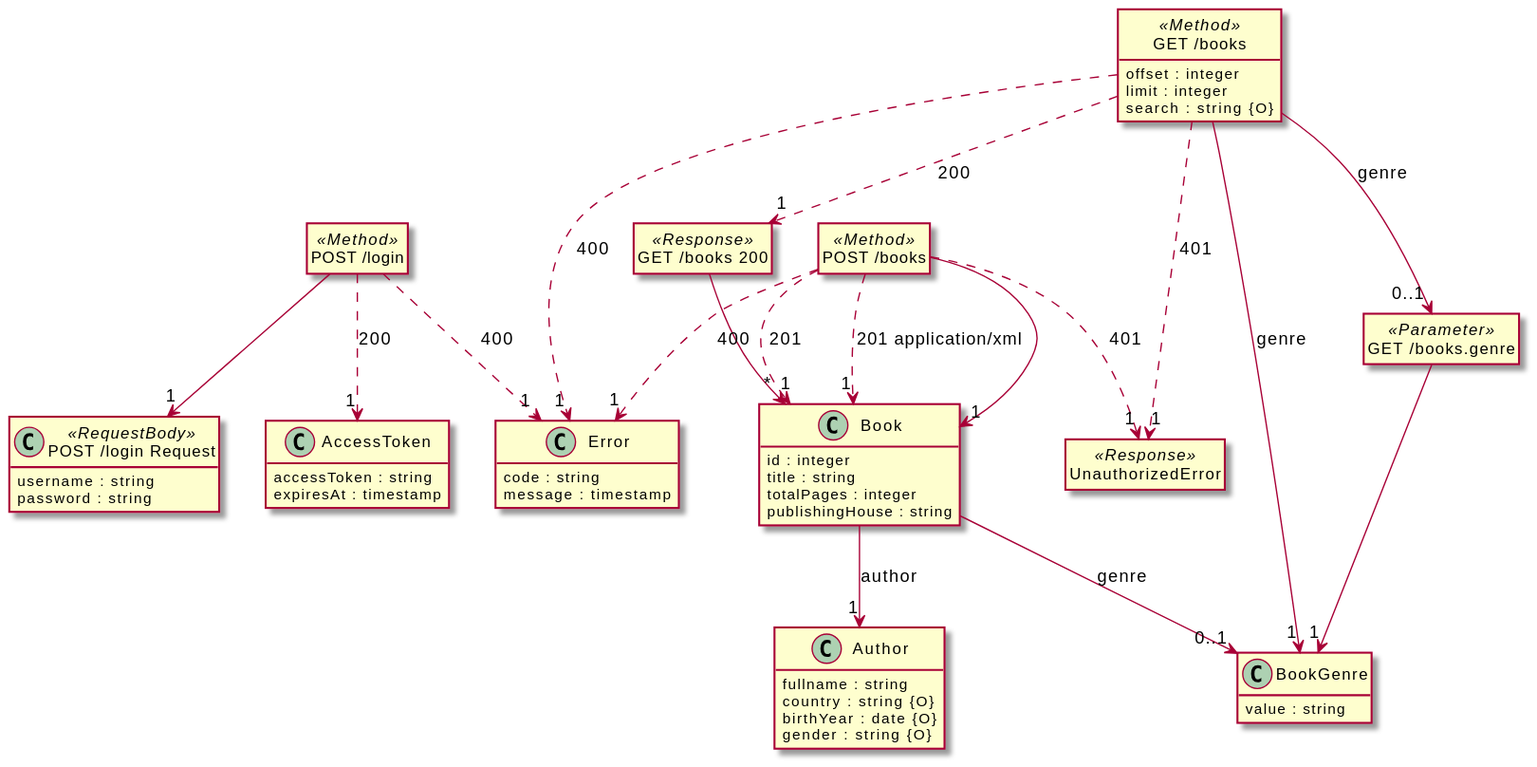
Earlier version of the PlantUML export src/docs/demos/bookstore.svg (davidmoten/openapi-to-plantuml).
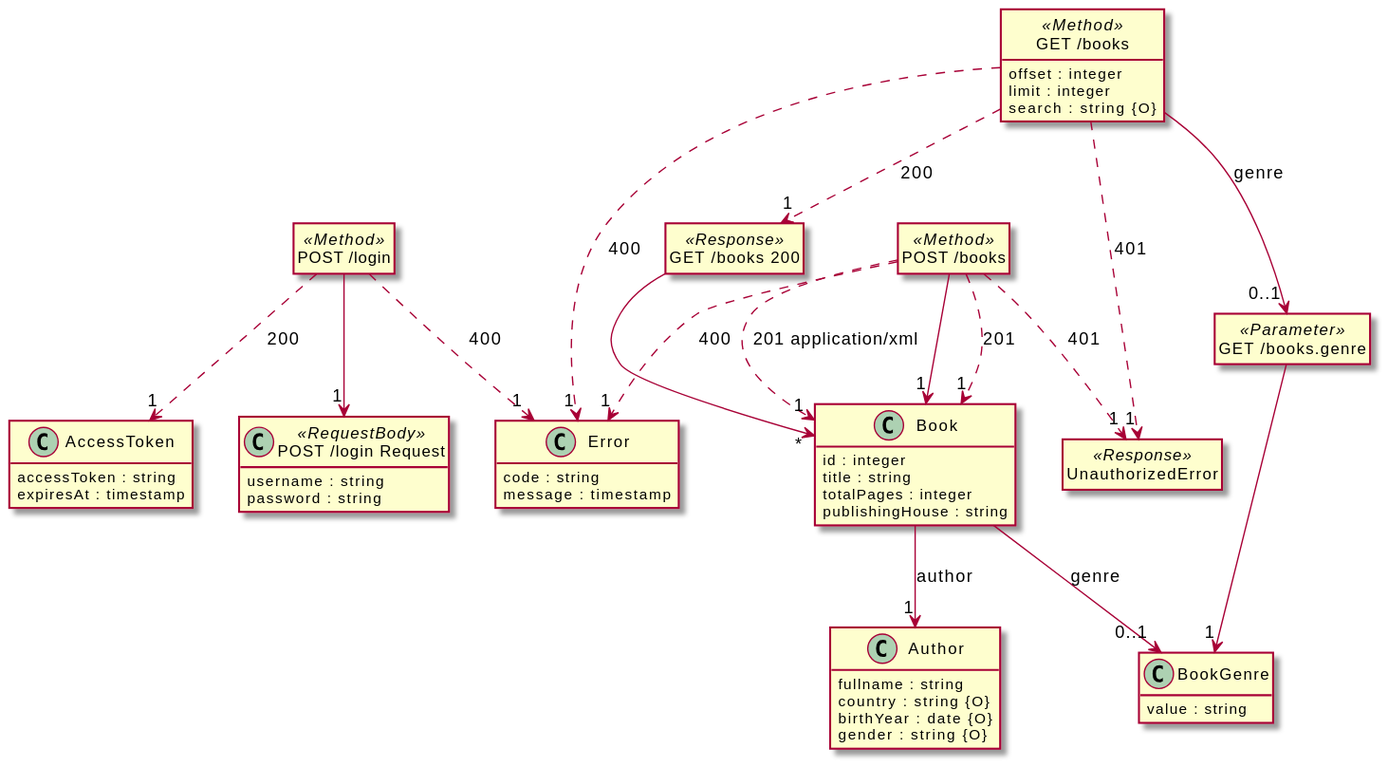
The same diagram one commit later.

Diff of the diagram source:
```diff
@@ -74,8 +74,6 @@
 
 "GET /books" --> "0..1" "GET /books.genre"  :  "genre"
 
-"GET /books" --> "1" "BookGenre"  :  "genre"
-
 "GET /books 200" --> "*" "Book"
 
 "GET /books" ..> "1" "GET /books 200"  :  "200"
```
